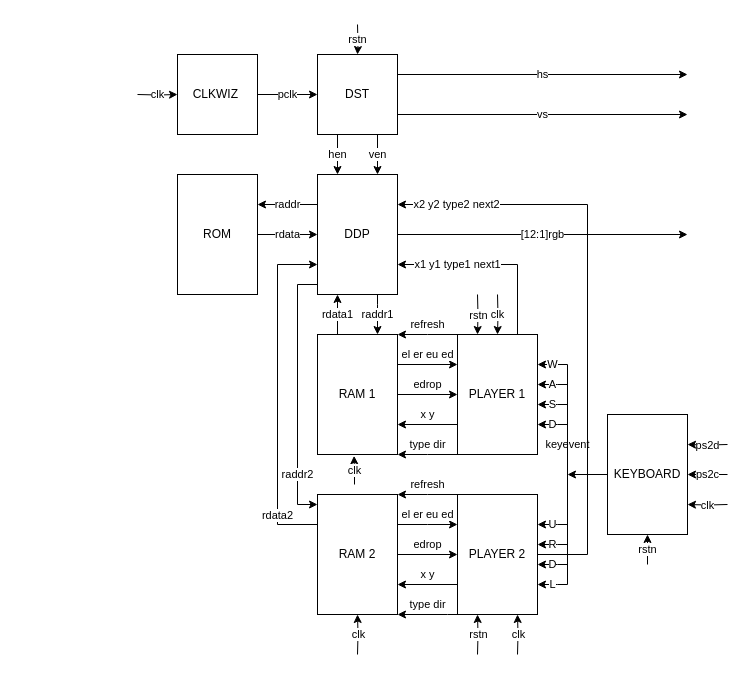
This is 俄罗斯方块 框图.drawio from caochenrui/Draw.io, a draw.io file, before an edit. Source tidied: cells renumbered, new cells numbered last; positions are measured from the earlier drawing's top-left corner, leaving out a move shared by most shapes. Both pictures are drawn from the tidied source at 100%, with x=0, y=0 at pixel (137, 24).
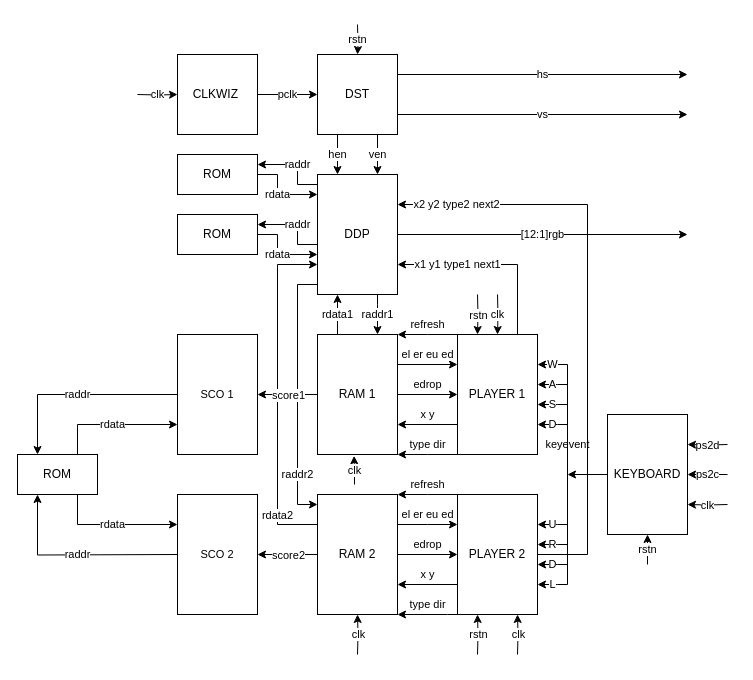
Above is the later version.

Commit message (it also covers changes not shown here):
更新俄罗斯方块 框图.drawio

The change refers to these unchanged cells:
```xml
<mxCell id="8" value="DDP" style="rounded=0;whiteSpace=wrap;html=1;" parent="1" vertex="1">
  <mxGeometry x="180" y="150" width="80" height="120" as="geometry" />
</mxCell>
<mxCell id="46" value="RAM 1" style="rounded=0;whiteSpace=wrap;html=1;" parent="1" vertex="1">
  <mxGeometry x="180" y="310" width="80" height="120" as="geometry" />
</mxCell>
<mxCell id="47" value="RAM 2" style="rounded=0;whiteSpace=wrap;html=1;" parent="1" vertex="1">
  <mxGeometry x="180" y="470" width="80" height="120" as="geometry" />
</mxCell>
```

Change to the diagram source:
```diff
@@
-<mxGraphModel background="#ffffff">
+<mxGraphModel>
@@
-    <mxCell id="2" value="rdata" style="edgeStyle=orthogonalEdgeStyle;rounded=0;jettySize=auto;html=1;exitX=1;exitY=0.5;exitDx=0;exitDy=0;entryX=0;entryY=0.5;entryDx=0;entryDy=0;" parent="1" edge="1" source="3" target="8">
-      <mxGeometry relative="1" as="geometry" />
+    <mxCell id="2" value="rdata" style="edgeStyle=orthogonalEdgeStyle;rounded=0;jettySize=auto;html=1;" parent="1" edge="1" source="3" target="8">
+      <mxGeometry relative="1" as="geometry">
+        <Array as="points">
+          <mxPoint x="140" y="150" />
+          <mxPoint x="140" y="170" />
+        </Array>
+      </mxGeometry>
     </mxCell>
     <mxCell id="3" value="ROM" style="rounded=0;whiteSpace=wrap;html=1;" parent="1" vertex="1">
-      <mxGeometry x="40" y="150" width="80" height="120" as="geometry" />
+      <mxGeometry x="40" y="130" width="80" height="40" as="geometry" />
     </mxCell>
@@
-    <mxCell id="7" value="raddr" style="edgeStyle=orthogonalEdgeStyle;rounded=0;jettySize=auto;html=1;exitX=0;exitY=0.25;exitDx=0;exitDy=0;entryX=1;entryY=0.25;entryDx=0;entryDy=0;" parent="1" edge="1" source="8" target="3">
-      <mxGeometry relative="1" as="geometry" />
+    <mxCell id="7" value="raddr" style="edgeStyle=orthogonalEdgeStyle;rounded=0;jettySize=auto;html=1;" parent="1" edge="1" source="8" target="3">
+      <mxGeometry relative="1" as="geometry">
+        <Array as="points">
+          <mxPoint x="160" y="160" />
+          <mxPoint x="160" y="140" />
+        </Array>
+      </mxGeometry>
     </mxCell>
@@
+    <mxCell id="57" value="score1" style="edgeStyle=orthogonalEdgeStyle;shape=connector;rounded=0;jettySize=auto;html=1;exitX=0;exitY=0.5;exitDx=0;exitDy=0;labelBackgroundColor=default;strokeColor=default;fontFamily=Helvetica;fontSize=11;fontColor=default;endArrow=classic;" parent="1" edge="1" source="46">
+      <mxGeometry relative="1" as="geometry">
+        <mxPoint x="120" y="370" as="targetPoint" />
+      </mxGeometry>
+    </mxCell>
@@
+    <mxCell id="58" value="score2" style="edgeStyle=orthogonalEdgeStyle;shape=connector;rounded=0;jettySize=auto;html=1;exitX=0;exitY=0.5;exitDx=0;exitDy=0;labelBackgroundColor=default;strokeColor=default;fontFamily=Helvetica;fontSize=11;fontColor=default;endArrow=classic;" parent="1" edge="1" source="47">
+      <mxGeometry relative="1" as="geometry">
+        <mxPoint x="120" y="530" as="targetPoint" />
+      </mxGeometry>
+    </mxCell>
@@
+    <mxCell id="59" value="ROM" style="rounded=0;whiteSpace=wrap;html=1;" parent="1" vertex="1">
+      <mxGeometry x="40" y="190" width="80" height="40" as="geometry" />
+    </mxCell>
+    <mxCell id="60" value="rdata" style="edgeStyle=orthogonalEdgeStyle;rounded=0;orthogonalLoop=1;jettySize=auto;html=1;" parent="1" edge="1">
+      <mxGeometry relative="1" as="geometry">
+        <mxPoint x="120" y="210" as="sourcePoint" />
+        <mxPoint x="180" y="230" as="targetPoint" />
+        <Array as="points">
+          <mxPoint x="140" y="210" />
+          <mxPoint x="140" y="230" />
+        </Array>
+      </mxGeometry>
+    </mxCell>
+    <mxCell id="61" value="raddr" style="edgeStyle=orthogonalEdgeStyle;rounded=0;orthogonalLoop=1;jettySize=auto;html=1;" parent="1" edge="1">
+      <mxGeometry relative="1" as="geometry">
+        <mxPoint x="180" y="220" as="sourcePoint" />
+        <mxPoint x="120" y="200" as="targetPoint" />
+        <Array as="points">
+          <mxPoint x="160" y="220" />
+          <mxPoint x="160" y="200" />
+        </Array>
+      </mxGeometry>
+    </mxCell>
+    <mxCell id="62" value="SCO 1" style="rounded=0;whiteSpace=wrap;html=1;fontFamily=Helvetica;fontSize=11;fontColor=default;" parent="1" vertex="1">
+      <mxGeometry x="40" y="310" width="80" height="120" as="geometry" />
+    </mxCell>
+    <mxCell id="63" value="SCO 2" style="rounded=0;whiteSpace=wrap;html=1;fontFamily=Helvetica;fontSize=11;fontColor=default;" parent="1" vertex="1">
+      <mxGeometry x="40" y="470" width="80" height="120" as="geometry" />
+    </mxCell>
+    <mxCell id="64" value="ROM" style="rounded=0;whiteSpace=wrap;html=1;" parent="1" vertex="1">
+      <mxGeometry x="-120" y="430" width="80" height="40" as="geometry" />
+    </mxCell>
+    <mxCell id="65" value="rdata" style="edgeStyle=orthogonalEdgeStyle;rounded=0;jettySize=auto;html=1;exitX=0.75;exitY=0;exitDx=0;exitDy=0;entryX=0;entryY=0.75;entryDx=0;entryDy=0;" parent="1" edge="1" source="64" target="62">
+      <mxGeometry relative="1" as="geometry">
+        <Array as="points">
+          <mxPoint x="-60" y="400" />
+        </Array>
+      </mxGeometry>
+    </mxCell>
+    <mxCell id="66" value="raddr" style="edgeStyle=orthogonalEdgeStyle;rounded=0;jettySize=auto;html=1;exitX=0;exitY=0.5;exitDx=0;exitDy=0;entryX=0.25;entryY=0;entryDx=0;entryDy=0;" parent="1" edge="1" source="62" target="64">
+      <mxGeometry relative="1" as="geometry" />
+    </mxCell>
+    <mxCell id="67" value="rdata" style="edgeStyle=orthogonalEdgeStyle;rounded=0;jettySize=auto;html=1;exitX=0.75;exitY=1;exitDx=0;exitDy=0;entryX=0;entryY=0.25;entryDx=0;entryDy=0;" parent="1" edge="1" source="64" target="63">
+      <mxGeometry relative="1" as="geometry">
+        <Array as="points">
+          <mxPoint x="-60" y="500" />
+        </Array>
+      </mxGeometry>
+    </mxCell>
+    <mxCell id="68" value="raddr" style="edgeStyle=orthogonalEdgeStyle;rounded=0;jettySize=auto;html=1;exitX=0;exitY=0.5;exitDx=0;exitDy=0;entryX=0.25;entryY=1;entryDx=0;entryDy=0;" parent="1" edge="1" target="64">
+      <mxGeometry relative="1" as="geometry">
+        <mxPoint x="40" y="530" as="sourcePoint" />
+      </mxGeometry>
+    </mxCell>
```
